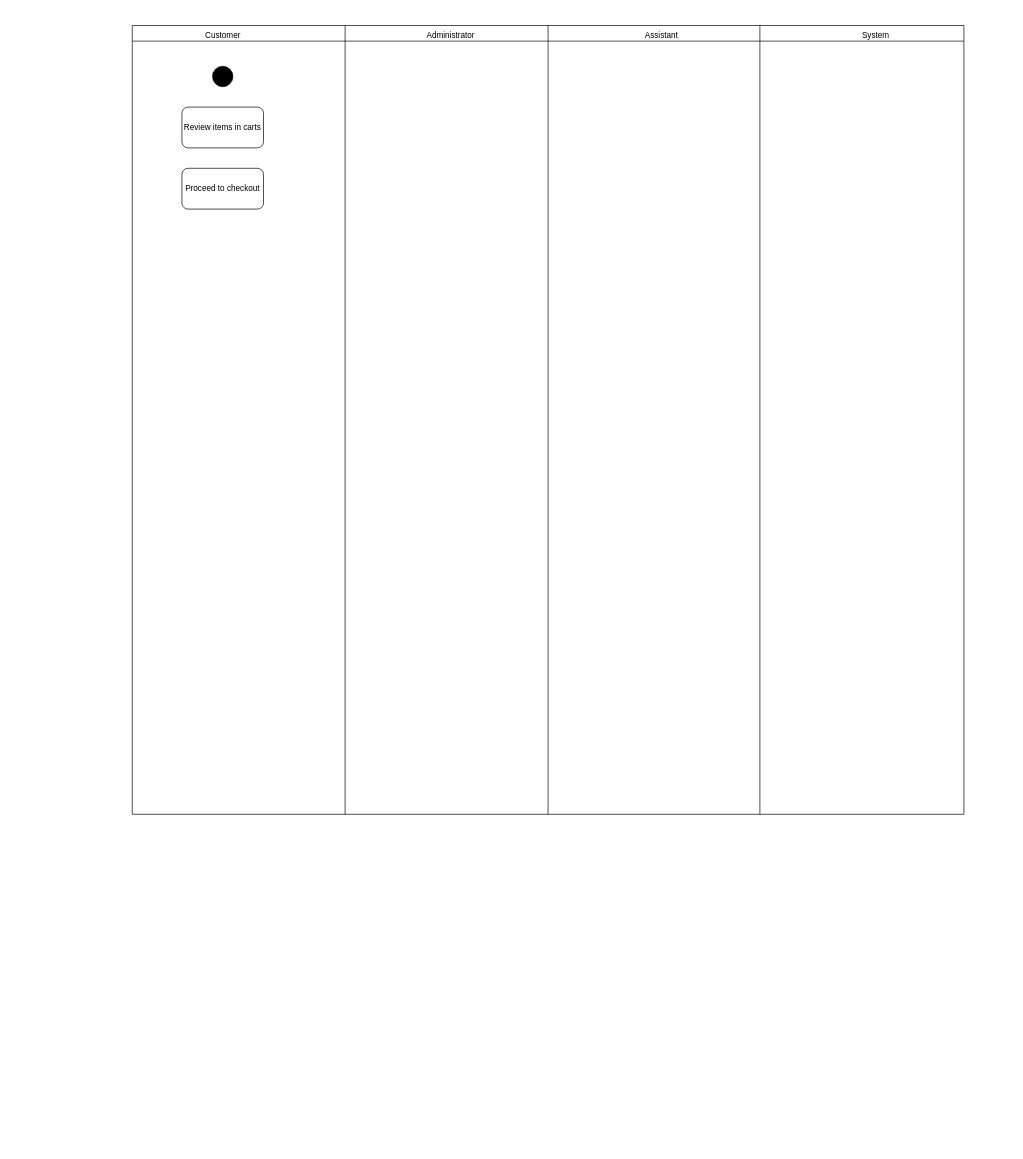
Above: proposal/submission/sec02/Allen/UC007/activity diagram.drawio in drshahizan/software-engineering (draw.io), before the change. Source tidied: cells renumbered, new cells numbered last; positions are measured from the earlier drawing's top-left corner, leaving out a move shared by most shapes. Both pictures are drawn from the tidied source at 68%, with x=0, y=0 at pixel (132, 25).
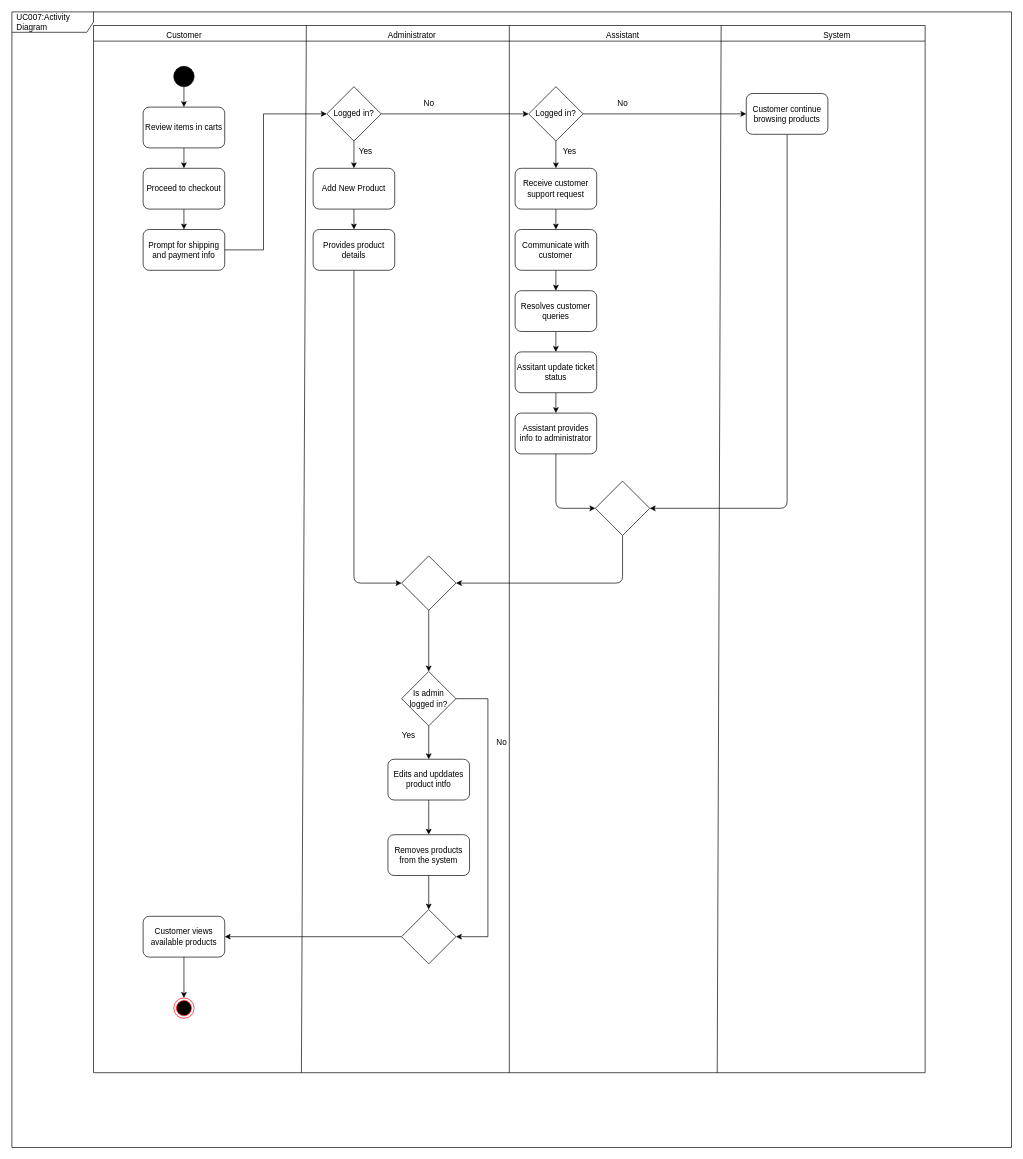
After the change.

The change refers to these unchanged cells:
```xml
<mxCell id="9" style="ellipse;fillColor=strokeColor;" parent="2" vertex="1">
  <mxGeometry x="118" y="60" width="30" height="30" as="geometry" />
</mxCell>
<mxCell id="10" value="Review items in carts" style="rounded=1;whiteSpace=wrap;html=1;" parent="2" vertex="1">
  <mxGeometry x="73" y="120" width="120" height="60" as="geometry" />
</mxCell>
<mxCell id="11" value="Proceed to checkout" style="rounded=1;whiteSpace=wrap;html=1;" parent="2" vertex="1">
  <mxGeometry x="73" y="210" width="120" height="60" as="geometry" />
</mxCell>
```

The edit, as a diff of the source:
```diff
@@
     <mxCell id="2" value="&amp;nbsp;" style="swimlane;whiteSpace=wrap;html=1;" parent="1" vertex="1">
-      <mxGeometry width="1223" height="1160" as="geometry" />
+      <mxGeometry x="-57" width="1223" height="1540" as="geometry" />
     </mxCell>
-    <mxCell id="3" style="endArrow=none;html=1;entryX=0.5;entryY=0;entryDx=0;entryDy=0;exitX=0.5;exitY=1;exitDx=0;exitDy=0;" parent="2" edge="1">
+    <mxCell id="3" style="endArrow=none;html=1;entryX=0.5;entryY=0;entryDx=0;entryDy=0;exitX=0.25;exitY=1;exitDx=0;exitDy=0;" parent="2" edge="1" source="2">
       <mxGeometry relative="1" as="geometry">
-        <mxPoint x="313" y="1160" as="sourcePoint" />
         <mxPoint x="313" as="targetPoint" />
       </mxGeometry>
     </mxCell>
-    <mxCell id="4" style="endArrow=none;html=1;entryX=0.5;entryY=0;entryDx=0;entryDy=0;exitX=0.5;exitY=1;exitDx=0;exitDy=0;" parent="2" edge="1">
+    <mxCell id="4" style="endArrow=none;html=1;entryX=0.5;entryY=0;entryDx=0;entryDy=0;exitX=0.75;exitY=1;exitDx=0;exitDy=0;" parent="2" edge="1" source="2">
       <mxGeometry relative="1" as="geometry">
-        <mxPoint x="923" y="1160" as="sourcePoint" />
         <mxPoint x="923" as="targetPoint" />
       </mxGeometry>
     </mxCell>
@@
+    <mxCell id="14" style="edgeStyle=none;html=1;entryX=0.5;entryY=0;entryDx=0;entryDy=0;" parent="2" edge="1" source="9" target="10">
+      <mxGeometry relative="1" as="geometry" />
+    </mxCell>
@@
+    <mxCell id="15" style="edgeStyle=none;html=1;entryX=0.5;entryY=0;entryDx=0;entryDy=0;" parent="2" edge="1" source="10" target="11">
+      <mxGeometry relative="1" as="geometry" />
+    </mxCell>
@@
+    <mxCell id="16" style="edgeStyle=none;html=1;entryX=0.5;entryY=0;entryDx=0;entryDy=0;" parent="2" edge="1" source="11" target="17">
+      <mxGeometry relative="1" as="geometry" />
+    </mxCell>
@@
+    <mxCell id="17" value="Prompt for shipping and payment info" style="rounded=1;whiteSpace=wrap;html=1;" parent="2" vertex="1">
+      <mxGeometry x="73" y="300" width="120" height="60" as="geometry" />
+    </mxCell>
+    <mxCell id="18" style="edgeStyle=none;html=1;entryX=0;entryY=0.5;entryDx=0;entryDy=0;" parent="2" edge="1" source="20" target="23">
+      <mxGeometry relative="1" as="geometry" />
+    </mxCell>
+    <mxCell id="19" style="edgeStyle=none;html=1;entryX=0.5;entryY=0;entryDx=0;entryDy=0;" parent="2" edge="1" source="20" target="26">
+      <mxGeometry relative="1" as="geometry" />
+    </mxCell>
+    <mxCell id="20" value="Logged in?" style="rhombus;whiteSpace=wrap;html=1;" parent="2" vertex="1">
+      <mxGeometry x="343" y="90" width="80" height="80" as="geometry" />
+    </mxCell>
+    <mxCell id="21" style="edgeStyle=none;html=1;entryX=0;entryY=0.5;entryDx=0;entryDy=0;" parent="2" edge="1" source="23" target="31">
+      <mxGeometry relative="1" as="geometry" />
+    </mxCell>
+    <mxCell id="22" style="edgeStyle=none;html=1;entryX=0.5;entryY=0;entryDx=0;entryDy=0;" parent="2" edge="1" source="23" target="34">
+      <mxGeometry relative="1" as="geometry" />
+    </mxCell>
+    <mxCell id="23" value="Logged in?" style="rhombus;whiteSpace=wrap;html=1;" parent="2" vertex="1">
+      <mxGeometry x="640" y="90" width="80" height="80" as="geometry" />
+    </mxCell>
+    <mxCell id="24" value="No" style="text;html=1;align=center;verticalAlign=middle;strokeColor=none;fillColor=none;" parent="2" vertex="1">
+      <mxGeometry x="473" y="100" width="40" height="30" as="geometry" />
+    </mxCell>
+    <mxCell id="25" style="edgeStyle=none;html=1;entryX=0.5;entryY=0;entryDx=0;entryDy=0;" parent="2" edge="1" source="26" target="28">
+      <mxGeometry relative="1" as="geometry" />
+    </mxCell>
+    <mxCell id="26" value="Add New Product" style="rounded=1;whiteSpace=wrap;html=1;" parent="2" vertex="1">
+      <mxGeometry x="323" y="210" width="120" height="60" as="geometry" />
+    </mxCell>
+    <mxCell id="27" style="edgeStyle=none;html=1;entryX=0;entryY=0.5;entryDx=0;entryDy=0;" parent="2" edge="1" source="28" target="46">
+      <mxGeometry relative="1" as="geometry">
+        <Array as="points">
+          <mxPoint x="383" y="820" />
+        </Array>
+      </mxGeometry>
+    </mxCell>
+    <mxCell id="28" value="Provides product details" style="rounded=1;whiteSpace=wrap;html=1;" parent="2" vertex="1">
+      <mxGeometry x="323" y="300" width="120" height="60" as="geometry" />
+    </mxCell>
+    <mxCell id="29" value="Yes" style="text;html=1;align=center;verticalAlign=middle;strokeColor=none;fillColor=none;" parent="2" vertex="1">
+      <mxGeometry x="380" y="170" width="40" height="30" as="geometry" />
+    </mxCell>
+    <mxCell id="30" style="edgeStyle=none;html=1;entryX=1;entryY=0.5;entryDx=0;entryDy=0;" parent="2" edge="1" source="31" target="44">
+      <mxGeometry relative="1" as="geometry">
+        <Array as="points">
+          <mxPoint x="1020" y="710" />
+        </Array>
+      </mxGeometry>
+    </mxCell>
+    <mxCell id="31" value="Customer continue browsing products" style="rounded=1;whiteSpace=wrap;html=1;" parent="2" vertex="1">
+      <mxGeometry x="960" y="100" width="120" height="60" as="geometry" />
+    </mxCell>
+    <mxCell id="32" value="No" style="text;html=1;align=center;verticalAlign=middle;strokeColor=none;fillColor=none;" parent="2" vertex="1">
+      <mxGeometry x="758" y="100" width="40" height="30" as="geometry" />
+    </mxCell>
+    <mxCell id="33" style="edgeStyle=none;html=1;entryX=0.5;entryY=0;entryDx=0;entryDy=0;" parent="2" edge="1" source="34" target="36">
+      <mxGeometry relative="1" as="geometry" />
+    </mxCell>
+    <mxCell id="34" value="Receive customer support request" style="rounded=1;whiteSpace=wrap;html=1;" parent="2" vertex="1">
+      <mxGeometry x="620" y="210" width="120" height="60" as="geometry" />
+    </mxCell>
+    <mxCell id="35" style="edgeStyle=none;html=1;entryX=0.5;entryY=0;entryDx=0;entryDy=0;" parent="2" edge="1" source="36" target="38">
+      <mxGeometry relative="1" as="geometry" />
+    </mxCell>
+    <mxCell id="36" value="Communicate with customer" style="rounded=1;whiteSpace=wrap;html=1;" parent="2" vertex="1">
+      <mxGeometry x="620" y="300" width="120" height="60" as="geometry" />
+    </mxCell>
+    <mxCell id="37" style="edgeStyle=none;html=1;entryX=0.5;entryY=0;entryDx=0;entryDy=0;" parent="2" edge="1" source="38" target="40">
+      <mxGeometry relative="1" as="geometry" />
+    </mxCell>
+    <mxCell id="38" value="Resolves customer queries" style="rounded=1;whiteSpace=wrap;html=1;" parent="2" vertex="1">
+      <mxGeometry x="620" y="390" width="120" height="60" as="geometry" />
+    </mxCell>
+    <mxCell id="39" style="edgeStyle=none;html=1;entryX=0.5;entryY=0;entryDx=0;entryDy=0;" parent="2" edge="1" source="40" target="42">
+      <mxGeometry relative="1" as="geometry" />
+    </mxCell>
+    <mxCell id="40" value="Assitant update ticket status" style="rounded=1;whiteSpace=wrap;html=1;" parent="2" vertex="1">
+      <mxGeometry x="620" y="480" width="120" height="60" as="geometry" />
+    </mxCell>
+    <mxCell id="41" style="edgeStyle=none;html=1;entryX=0;entryY=0.5;entryDx=0;entryDy=0;" parent="2" edge="1" source="42" target="44">
+      <mxGeometry relative="1" as="geometry">
+        <Array as="points">
+          <mxPoint x="680" y="710" />
+        </Array>
+      </mxGeometry>
+    </mxCell>
+    <mxCell id="42" value="Assistant provides info to administrator" style="rounded=1;whiteSpace=wrap;html=1;" parent="2" vertex="1">
+      <mxGeometry x="620" y="570" width="120" height="60" as="geometry" />
+    </mxCell>
+    <mxCell id="43" style="edgeStyle=none;html=1;entryX=1;entryY=0.5;entryDx=0;entryDy=0;" parent="2" edge="1" source="44" target="46">
+      <mxGeometry relative="1" as="geometry">
+        <Array as="points">
+          <mxPoint x="778" y="820" />
+        </Array>
+      </mxGeometry>
+    </mxCell>
+    <mxCell id="44" style="rhombus;whiteSpace=wrap;html=1;" parent="2" vertex="1">
+      <mxGeometry x="738" y="670" width="80" height="80" as="geometry" />
+    </mxCell>
+    <mxCell id="45" style="edgeStyle=none;html=1;entryX=0.5;entryY=0;entryDx=0;entryDy=0;" parent="2" edge="1" source="46" target="49">
+      <mxGeometry relative="1" as="geometry" />
+    </mxCell>
+    <mxCell id="46" style="rhombus;whiteSpace=wrap;html=1;" parent="2" vertex="1">
+      <mxGeometry x="453" y="780" width="80" height="80" as="geometry" />
+    </mxCell>
+    <mxCell id="47" value="Yes" style="text;html=1;align=center;verticalAlign=middle;strokeColor=none;fillColor=none;" parent="2" vertex="1">
+      <mxGeometry x="680" y="170" width="40" height="30" as="geometry" />
+    </mxCell>
+    <mxCell id="48" style="edgeStyle=none;html=1;exitX=0.5;exitY=1;exitDx=0;exitDy=0;entryX=0.5;entryY=0;entryDx=0;entryDy=0;" parent="2" edge="1" source="49" target="51">
+      <mxGeometry relative="1" as="geometry" />
+    </mxCell>
+    <mxCell id="49" value="Is admin logged in?" style="rhombus;whiteSpace=wrap;html=1;" parent="2" vertex="1">
+      <mxGeometry x="453" y="950" width="80" height="80" as="geometry" />
+    </mxCell>
+    <mxCell id="50" style="edgeStyle=none;html=1;" parent="2" edge="1" source="51" target="53">
+      <mxGeometry relative="1" as="geometry" />
+    </mxCell>
+    <mxCell id="51" value="Edits and upddates product intfo" style="rounded=1;whiteSpace=wrap;html=1;" parent="2" vertex="1">
+      <mxGeometry x="433" y="1079" width="120" height="60" as="geometry" />
+    </mxCell>
+    <mxCell id="52" style="edgeStyle=none;html=1;entryX=0.5;entryY=0;entryDx=0;entryDy=0;" parent="2" edge="1" source="53" target="55">
+      <mxGeometry relative="1" as="geometry" />
+    </mxCell>
+    <mxCell id="53" value="Removes products from the system" style="rounded=1;whiteSpace=wrap;html=1;" parent="2" vertex="1">
+      <mxGeometry x="433" y="1190" width="120" height="60" as="geometry" />
+    </mxCell>
+    <mxCell id="54" style="edgeStyle=none;html=1;entryX=1;entryY=0.5;entryDx=0;entryDy=0;" parent="2" edge="1" source="55" target="59">
+      <mxGeometry relative="1" as="geometry" />
+    </mxCell>
+    <mxCell id="55" style="rhombus;whiteSpace=wrap;html=1;" parent="2" vertex="1">
+      <mxGeometry x="453" y="1300" width="80" height="80" as="geometry" />
+    </mxCell>
+    <mxCell id="56" value="Yes" style="text;html=1;align=center;verticalAlign=middle;strokeColor=none;fillColor=none;" parent="2" vertex="1">
+      <mxGeometry x="443" y="1030" width="40" height="30" as="geometry" />
+    </mxCell>
+    <mxCell id="57" value="No" style="text;html=1;align=center;verticalAlign=middle;strokeColor=none;fillColor=none;" parent="2" vertex="1">
+      <mxGeometry x="580" y="1040" width="40" height="30" as="geometry" />
+    </mxCell>
+    <mxCell id="58" style="edgeStyle=none;html=1;entryX=0.5;entryY=0;entryDx=0;entryDy=0;" parent="2" edge="1" source="59" target="60">
+      <mxGeometry relative="1" as="geometry" />
+    </mxCell>
+    <mxCell id="59" value="Customer views available products" style="rounded=1;whiteSpace=wrap;html=1;" parent="2" vertex="1">
+      <mxGeometry x="73" y="1310" width="120" height="60" as="geometry" />
+    </mxCell>
+    <mxCell id="60" style="ellipse;html=1;shape=endState;fillColor=#000000;strokeColor=#ff0000;" parent="2" vertex="1">
+      <mxGeometry x="118" y="1430" width="30" height="30" as="geometry" />
+    </mxCell>
@@
+    <mxCell id="61" style="endArrow=none;html=1;exitX=1;exitY=0.5;exitDx=0;exitDy=0;" parent="1" edge="1" source="17">
+      <mxGeometry relative="1" as="geometry">
+        <mxPoint x="193" y="330" as="targetPoint" />
+      </mxGeometry>
+    </mxCell>
+    <mxCell id="62" style="endArrow=none;html=1;" parent="1" edge="1">
+      <mxGeometry relative="1" as="geometry">
+        <mxPoint x="193" y="330" as="sourcePoint" />
+        <mxPoint x="193" y="130" as="targetPoint" />
+      </mxGeometry>
+    </mxCell>
+    <mxCell id="63" style="endArrow=classic;html=1;entryX=0;entryY=0.5;entryDx=0;entryDy=0;" parent="1" edge="1" target="20">
+      <mxGeometry relative="1" as="geometry">
+        <mxPoint x="193" y="130" as="sourcePoint" />
+      </mxGeometry>
+    </mxCell>
+    <mxCell id="64" style="endArrow=none;html=1;exitX=1;exitY=0.5;exitDx=0;exitDy=0;" parent="1" edge="1" source="49">
+      <mxGeometry relative="1" as="geometry">
+        <mxPoint x="523" y="990" as="targetPoint" />
+      </mxGeometry>
+    </mxCell>
+    <mxCell id="65" style="endArrow=none;html=1;" parent="1" edge="1">
+      <mxGeometry relative="1" as="geometry">
+        <mxPoint x="523" y="1340" as="sourcePoint" />
+        <mxPoint x="523" y="990" as="targetPoint" />
+      </mxGeometry>
+    </mxCell>
+    <mxCell id="66" style="endArrow=classic;html=1;entryX=1;entryY=0.5;entryDx=0;entryDy=0;" parent="1" edge="1" target="55">
+      <mxGeometry relative="1" as="geometry">
+        <mxPoint x="523" y="1340" as="sourcePoint" />
+      </mxGeometry>
+    </mxCell>
+    <mxCell id="67" value="UC007:Activity Diagram" style="shape=umlFrame;whiteSpace=wrap;html=1;width=120;height=30;boundedLbl=1;verticalAlign=middle;align=left;spacingLeft=5;" parent="1" vertex="1">
+      <mxGeometry x="-177" y="-20" width="1470" height="1670" as="geometry" />
+    </mxCell>
```
